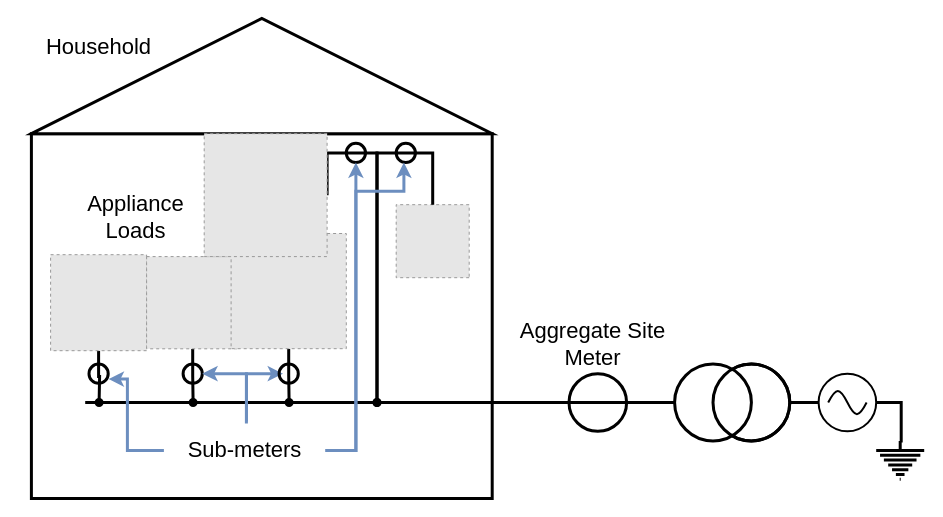
This is poster/figures/drawio/NILM.drawio from BenjaminFrazer/thesis_tools, a draw.io file, before an edit. Source tidied: cells renumbered, new cells numbered last; positions are measured from the earlier drawing's top-left corner, leaving out a move shared by most shapes. Both pictures are drawn from the tidied source at 100%, with x=0, y=0 at pixel (16, -155). Pictures stored in the file or linked from it are replaced by grey dashed boxes.
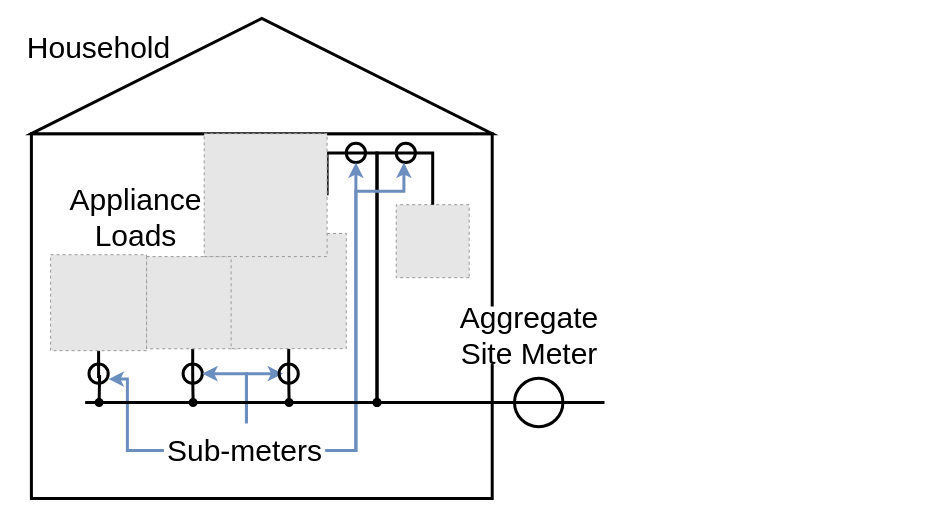
After the change.

The edit, as a diff of the source:
```diff
@@
-    <mxCell id="3" style="endArrow=none;html=1;rounded=0;entryX=0.5;entryY=0;entryDx=0;entryDy=0;entryPerimeter=0;strokeWidth=3;" parent="1" edge="1" target="14">
+    <mxCell id="3" style="endArrow=none;html=1;rounded=0;strokeWidth=3;startArrow=none;" parent="1" edge="1" source="20">
       <mxGeometry relative="1" as="geometry">
-        <mxPoint x="68.7" y="557" as="sourcePoint" />
+        <mxPoint x="588" y="557" as="targetPoint" />
       </mxGeometry>
     </mxCell>
@@
-    <mxCell id="14" style="verticalLabelPosition=bottom;shadow=0;dashed=0;align=center;html=1;verticalAlign=top;strokeWidth=3;shape=mxgraph.electrical.signal_sources.current_source;rotation=-90;" parent="1" vertex="1">
-      <mxGeometry x="677.3" y="499.4" width="76.8" height="115.2" as="geometry" />
-    </mxCell>
@@
-    <mxCell id="20" style="ellipse;whiteSpace=wrap;html=1;strokeWidth=3;fillColor=none;" parent="1" vertex="1">
-      <mxGeometry x="552.5" y="528.2" width="57.6" height="57.6" as="geometry" />
-    </mxCell>
-    <mxCell id="21" style="group;strokeWidth=3;" parent="1" vertex="1">
-      <mxGeometry x="802.1" y="528.2" width="57.6" height="57.6" as="geometry" />
-    </mxCell>
-    <mxCell id="22" style="verticalLabelPosition=bottom;shadow=0;dashed=0;align=center;html=1;verticalAlign=top;shape=mxgraph.electrical.waveforms.sine_wave;strokeWidth=2;fillColor=none;" parent="21" vertex="1">
-      <mxGeometry x="9.6" y="13.3" width="38.4" height="31.1" as="geometry" />
-    </mxCell>
-    <mxCell id="23" style="ellipse;whiteSpace=wrap;html=1;strokeWidth=2;fillColor=none;" parent="21" vertex="1">
-      <mxGeometry width="57.6" height="57.6" as="geometry" />
-    </mxCell>
-    <mxCell id="24" style="edgeStyle=orthogonalEdgeStyle;rounded=0;jettySize=auto;html=1;exitX=0.5;exitY=1;exitDx=0;exitDy=0;exitPerimeter=0;entryX=0;entryY=0.5;entryDx=0;entryDy=0;endArrow=none;endFill=0;strokeWidth=3;" parent="1" edge="1" source="14" target="23">
-      <mxGeometry relative="1" as="geometry" />
-    </mxCell>
-    <mxCell id="25" style="edgeStyle=orthogonalEdgeStyle;rounded=0;jettySize=auto;html=1;entryX=1;entryY=0.5;entryDx=0;entryDy=0;endArrow=none;endFill=0;exitX=0.5;exitY=0;exitDx=0;exitDy=0;exitPerimeter=0;strokeWidth=3;" parent="1" edge="1" source="26" target="23">
-      <mxGeometry relative="1" as="geometry">
-        <Array as="points">
-          <mxPoint x="884.7" y="557" />
-        </Array>
-      </mxGeometry>
-    </mxCell>
-    <mxCell id="26" style="verticalLabelPosition=bottom;shadow=0;dashed=0;align=center;html=1;verticalAlign=top;shape=mxgraph.electrical.signal_sources.protective_earth;strokeWidth=3;fillColor=none;" parent="1" vertex="1">
-      <mxGeometry x="859.7" y="595.4" width="48" height="38.4" as="geometry" />
-    </mxCell>
-    <mxCell id="27" value="Aggregate Site Meter" style="text;html=1;strokeColor=none;fillColor=none;align=center;verticalAlign=middle;whiteSpace=wrap;rounded=0;strokeWidth=3;fontSize=22;" parent="1" vertex="1">
-      <mxGeometry x="494.9" y="470.6" width="163.2" height="57.6" as="geometry" />
+    <mxCell id="27" value="Aggregate Site Meter" style="text;html=1;strokeColor=none;fillColor=default;align=center;verticalAlign=middle;whiteSpace=wrap;rounded=0;strokeWidth=3;fontSize=30;" parent="1" vertex="1">
+      <mxGeometry x="452.7" y="461" width="120" height="57.6" as="geometry" />
     </mxCell>
-    <mxCell id="28" value="Sub-meters" style="text;html=1;strokeColor=none;fillColor=none;align=center;verticalAlign=middle;whiteSpace=wrap;rounded=0;strokeWidth=3;fontSize=22;" parent="1" vertex="1">
+    <mxCell id="28" value="Sub-meters" style="text;html=1;strokeColor=none;fillColor=none;align=center;verticalAlign=middle;whiteSpace=wrap;rounded=0;strokeWidth=3;fontSize=30;" parent="1" vertex="1">
       <mxGeometry x="147.4" y="576.2" width="163.2" height="57.6" as="geometry" />
     </mxCell>
@@
-    <mxCell id="33" value="Appliance Loads" style="text;html=1;strokeColor=none;fillColor=none;align=center;verticalAlign=middle;whiteSpace=wrap;rounded=0;strokeWidth=3;fontSize=22;" parent="1" vertex="1">
+    <mxCell id="33" value="Appliance Loads" style="text;html=1;strokeColor=none;fillColor=none;align=center;verticalAlign=middle;whiteSpace=wrap;rounded=0;strokeWidth=3;fontSize=30;" parent="1" vertex="1">
       <mxGeometry x="38" y="343" width="163.2" height="57.6" as="geometry" />
     </mxCell>
-    <mxCell id="34" value="Household" style="text;html=1;strokeColor=none;fillColor=none;align=center;verticalAlign=middle;whiteSpace=wrap;rounded=0;strokeWidth=3;fontSize=22;" parent="1" vertex="1">
+    <mxCell id="34" value="Household" style="text;html=1;strokeColor=none;fillColor=none;align=center;verticalAlign=middle;whiteSpace=wrap;rounded=0;strokeWidth=3;fontSize=30;" parent="1" vertex="1">
       <mxGeometry x="0.5" y="173" width="163.2" height="57.6" as="geometry" />
     </mxCell>
@@
+    <mxCell id="20" style="ellipse;whiteSpace=wrap;html=1;strokeWidth=3;fillColor=none;" parent="1" vertex="1">
+      <mxGeometry x="498" y="532.8" width="48.4" height="48.4" as="geometry" />
+    </mxCell>
+    <mxCell id="37" style="endArrow=none;html=1;rounded=0;entryX=1;entryY=0.5;entryDx=0;entryDy=0;strokeWidth=3;" parent="1" edge="1" target="20">
+      <mxGeometry relative="1" as="geometry">
+        <mxPoint x="68.7" y="557" as="sourcePoint" />
+      </mxGeometry>
+    </mxCell>
```
